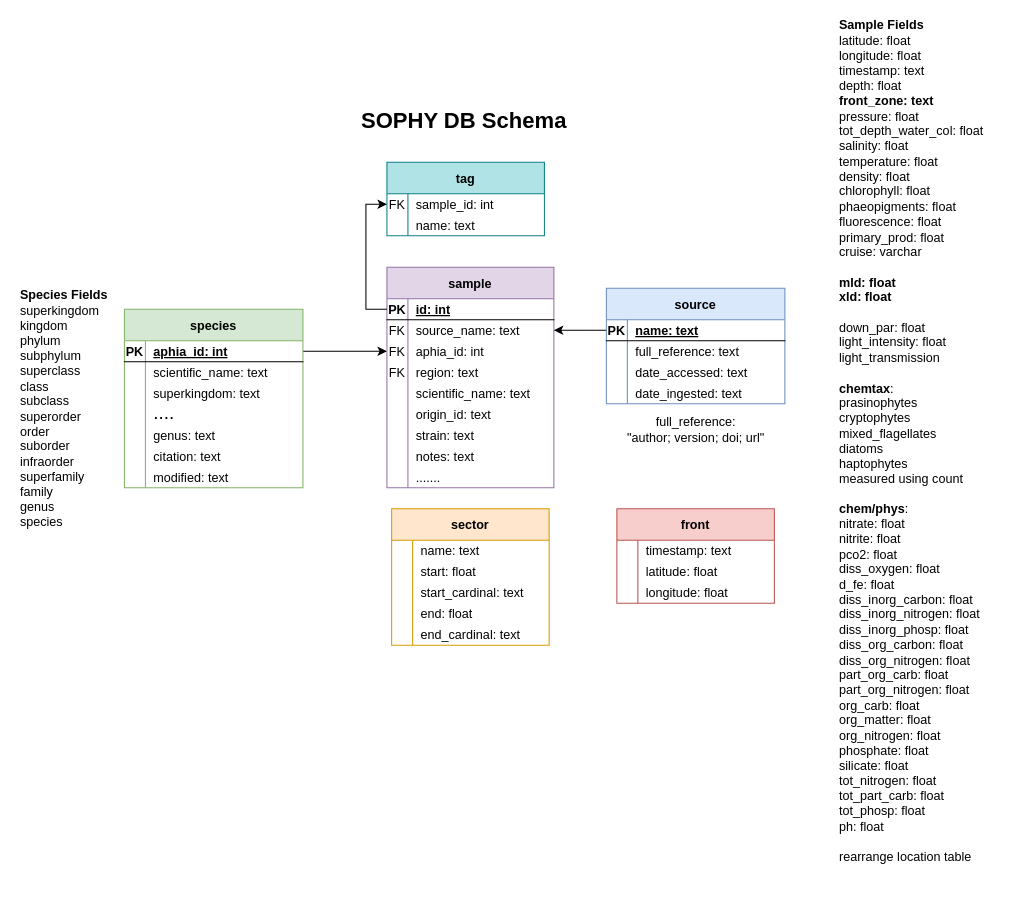
This is page "schema_v7" (6 of 7) of schemas/sophy.drawio from ayushnag/sophy, a draw.io file, before an edit. Source tidied: cells renumbered, new cells numbered last; positions are measured from the earlier drawing's top-left corner, leaving out a move shared by most shapes. Both pictures are drawn from the tidied source at 105%, with x=0, y=0 at pixel (18, 25).
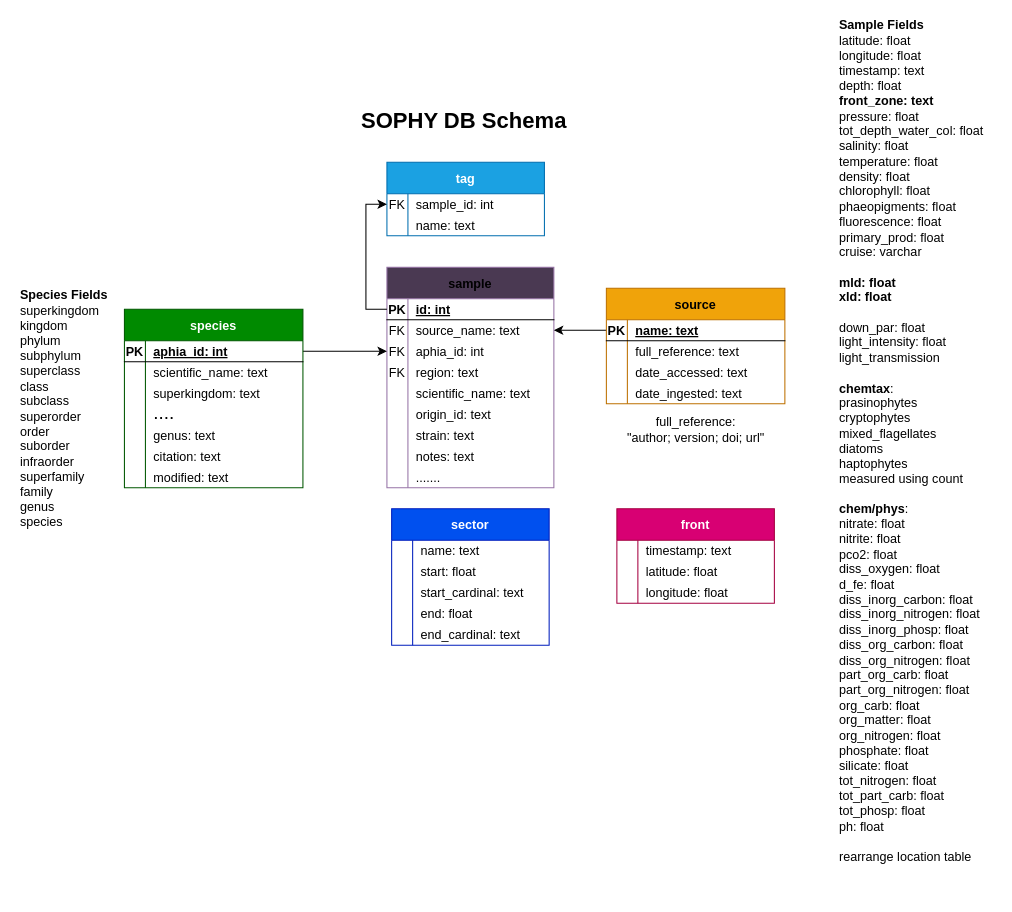
After the change.

The change refers to these unchanged cells:
```xml
<mxCell id="91" style="group;" parent="1" vertex="1">
  <mxGeometry x="560" y="250" width="170" height="150" as="geometry" />
</mxCell>
```

The edit, as a diff of the source:
```diff
@@
-    <mxCell id="3" value="sector" style="shape=table;startSize=30;childLayout=tableLayout;rowLines=0;fontStyle=1;align=center;strokeColor=#d79b00;fillColor=#ffe6cc;" parent="1" vertex="1">
+    <mxCell id="3" value="sector" style="shape=table;startSize=30;childLayout=tableLayout;rowLines=0;fontStyle=1;align=center;strokeColor=#001DBC;fillColor=#0050ef;fontColor=#ffffff;" parent="1" vertex="1">
       <mxGeometry x="355.5" y="460" width="150" height="130" as="geometry" />
     </mxCell>
@@
-    <mxCell id="19" value="sample" style="shape=table;startSize=30;childLayout=tableLayout;rowLines=0;fontStyle=1;align=center;fillColor=#e1d5e7;strokeColor=#9673a6;" parent="1" vertex="1">
+    <mxCell id="19" value="sample" style="shape=table;startSize=30;childLayout=tableLayout;rowLines=0;fontStyle=1;align=center;fillColor=#4A3952;strokeColor=#9673a6;" parent="1" vertex="1">
       <mxGeometry x="351" y="230" width="159" height="210" as="geometry" />
     </mxCell>
@@
-    <mxCell id="47" value="tag" style="shape=table;startSize=30;childLayout=tableLayout;rowLines=0;fontStyle=1;align=center;strokeColor=#0e8088;fillColor=#b0e3e6;" parent="1" vertex="1">
+    <mxCell id="47" value="tag" style="shape=table;startSize=30;childLayout=tableLayout;rowLines=0;fontStyle=1;align=center;strokeColor=#006EAF;fillColor=#1ba1e2;fontColor=#ffffff;" parent="1" vertex="1">
       <mxGeometry x="351" y="130" width="150" height="70" as="geometry" />
     </mxCell>
@@
-    <mxCell id="58" value="species" style="shape=table;startSize=30;childLayout=tableLayout;rowLines=0;fontStyle=1;align=center;fillColor=#d5e8d4;strokeColor=#82b366;" parent="1" vertex="1">
+    <mxCell id="58" value="species" style="shape=table;startSize=30;childLayout=tableLayout;rowLines=0;fontStyle=1;align=center;fillColor=#008a00;strokeColor=#005700;fontColor=#ffffff;" parent="1" vertex="1">
       <mxGeometry x="101" y="270" width="170" height="170" as="geometry" />
     </mxCell>
@@
-    <mxCell id="81" value="front" style="shape=table;startSize=30;childLayout=tableLayout;rowLines=0;fontStyle=1;align=center;strokeColor=#b85450;fillColor=#f8cecc;" parent="1" vertex="1">
+    <mxCell id="81" value="front" style="shape=table;startSize=30;childLayout=tableLayout;rowLines=0;fontStyle=1;align=center;strokeColor=#A50040;fillColor=#d80073;fontColor=#ffffff;" parent="1" vertex="1">
       <mxGeometry x="570" y="460" width="150" height="90" as="geometry" />
     </mxCell>
@@
-    <mxCell id="92" value="source" style="shape=table;startSize=30;childLayout=tableLayout;rowLines=0;fontStyle=1;align=center;fillColor=#dae8fc;strokeColor=#6c8ebf;" parent="91" vertex="1">
+    <mxCell id="92" value="source" style="shape=table;startSize=30;childLayout=tableLayout;rowLines=0;fontStyle=1;align=center;fillColor=#f0a30a;strokeColor=#BD7000;fontColor=#000000;" parent="91" vertex="1">
       <mxGeometry width="170" height="110" as="geometry" />
     </mxCell>
```
